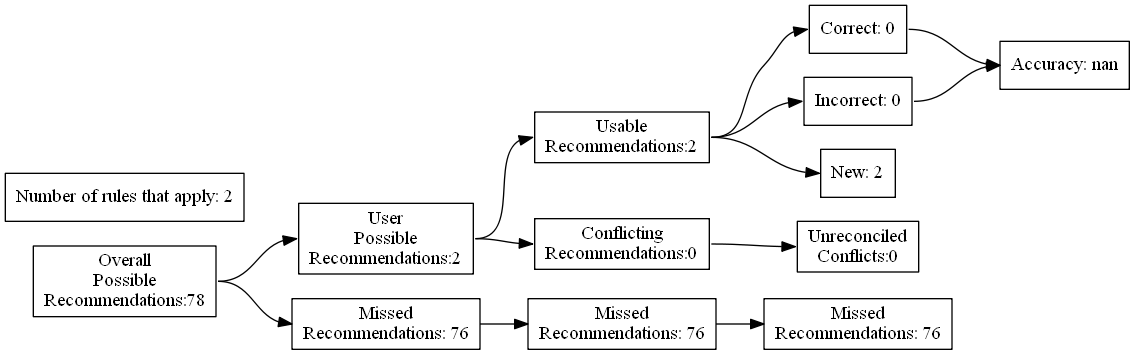
ZaxR/ibd_diet_analysis keeps this Graphviz diagram as test_renders/72.gv.png. Above is the earlier version. Its source is kept beside it as test_renders/72.gv.
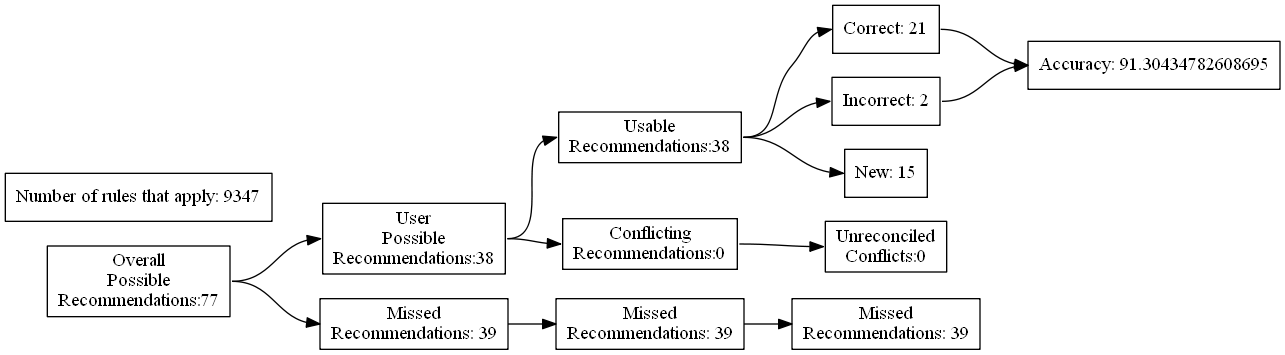
The same file after the commit.

Change to the diagram source:
```diff
@@ -4,27 +4,27 @@
 	edge [headport=w tailport=e]
 		A [label="Overall
 Possible
-Recommendations:78"]
+Recommendations:77"]
 		B [label="User
 Possible
-Recommendations:2"]
+Recommendations:38"]
 		C [label="Missed
-Recommendations: 76"]
+Recommendations: 39"]
 		D [label="Usable
-Recommendations:2"]
+Recommendations:38"]
 		E [label="Conflicting
 Recommendations:0"]
 		J [label="Missed
-Recommendations: 76"]
+Recommendations: 39"]
 		M [label="Unreconciled
 Conflicts:0"]
-		F [label="Correct: 0"]
-		G [label="Incorrect: 0"]
-		H [label="New: 2"]
+		F [label="Correct: 21"]
+		G [label="Incorrect: 2"]
+		H [label="New: 15"]
 		K [label="Missed
-Recommendations: 76"]
-		I [label="Accuracy: nan"]
-		l [label="Number of rules that apply: 2"]
+Recommendations: 39"]
+		I [label="Accuracy: 91.30434782608695"]
+		l [label="Number of rules that apply: 9347"]
 			A -> B
 			A -> C
 			B -> D
```
